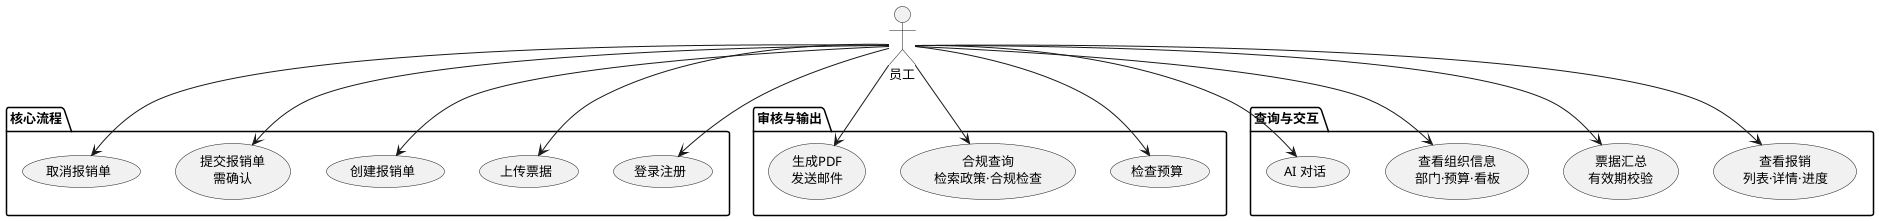
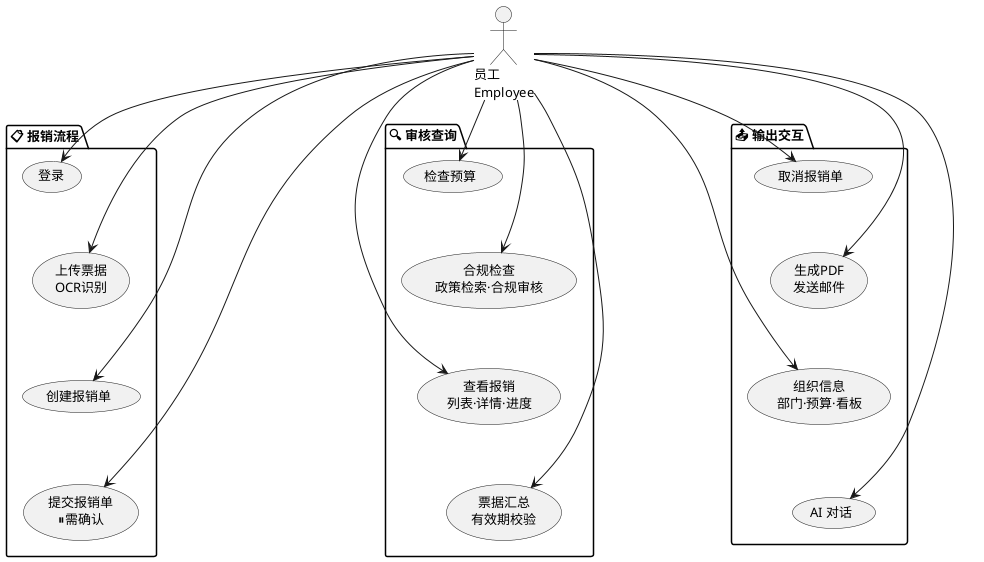
@startuml
skinparam backgroundColor #FFFFFF
skinparam defaultFontName Arial
skinparam defaultFontSize 13

- actor "员工" as Emp
+ actor "员工\nEmployee" as Emp

- package "核心流程" {
-   usecase "登录注册" as UC0
-   usecase "上传票据" as UC1
+ package "📋 报销流程" {
+   usecase "登录" as UC0
+   usecase "上传票据\nOCR识别" as UC1
  usecase "创建报销单" as UC2
-   usecase "提交报销单\n需确认" as UC3
-   usecase "取消报销单" as UC4
+   usecase "提交报销单\n⏸需确认" as UC3
}

- package "审核与输出" {
-   usecase "检查预算" as UC5
-   usecase "合规查询\n检索政策·合规检查" as UC6
-   usecase "生成PDF\n发送邮件" as UC7
+ package "🔍 审核查询" {
+   usecase "检查预算" as UC4
+   usecase "合规检查\n政策检索·合规审核" as UC5
+   usecase "查看报销\n列表·详情·进度" as UC6
+   usecase "票据汇总\n有效期校验" as UC7
}

- package "查询与交互" {
-   usecase "查看报销\n列表·详情·进度" as UC8
-   usecase "票据汇总\n有效期校验" as UC9
-   usecase "查看组织信息\n部门·预算·看板" as UC10
+ package "📤 输出交互" {
+   usecase "取消报销单" as UC8
+   usecase "生成PDF\n发送邮件" as UC9
+   usecase "组织信息\n部门·预算·看板" as UC10
  usecase "AI 对话" as UC11
}

Emp --> UC0
Emp --> UC1
Emp --> UC2
Emp --> UC3
Emp --> UC4
Emp --> UC5
Emp --> UC6
Emp --> UC7
Emp --> UC8
Emp --> UC9
Emp --> UC10
Emp --> UC11

+ UC0 -[hidden]down- UC1
+ UC1 -[hidden]down- UC2
+ UC2 -[hidden]down- UC3
+ UC4 -[hidden]down- UC5
+ UC5 -[hidden]down- UC6
+ UC6 -[hidden]down- UC7
+ UC8 -[hidden]down- UC9
+ UC9 -[hidden]down- UC10
+ UC10 -[hidden]down- UC11
+ 
@enduml
